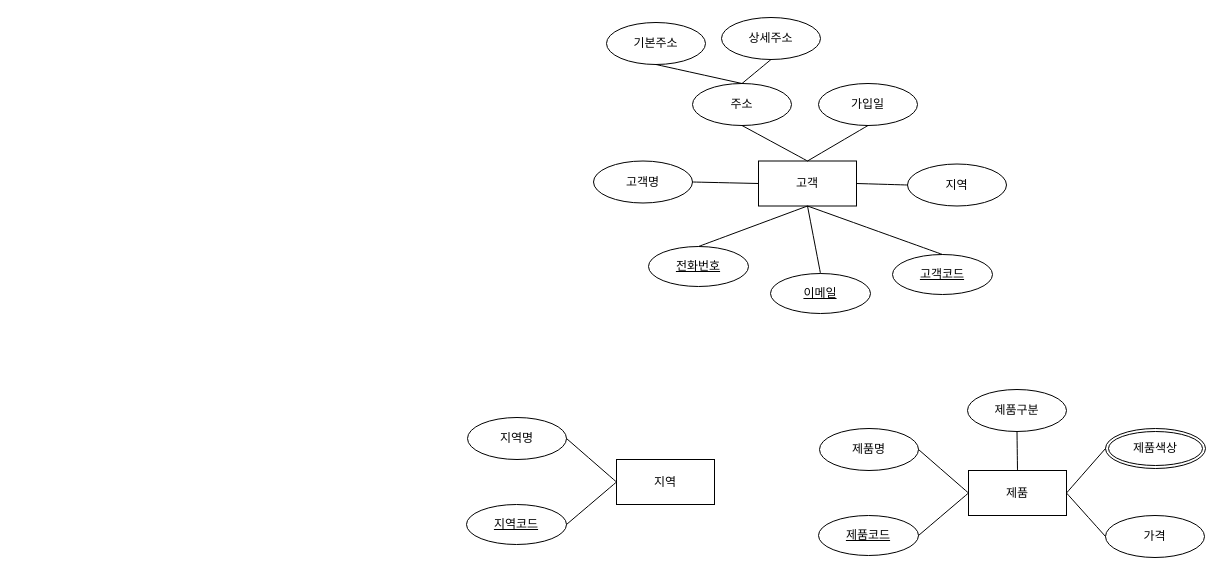
This is database-modeling/doc/database-modeling-practice.drawio from w0nnie/study_inflearn, a draw.io file, before an edit. Source tidied: cells renumbered, new cells numbered last; positions are measured from the earlier drawing's top-left corner, leaving out a move shared by most shapes. Both pictures are drawn from the tidied source at 100%, with x=0, y=0 at pixel (466, 17).
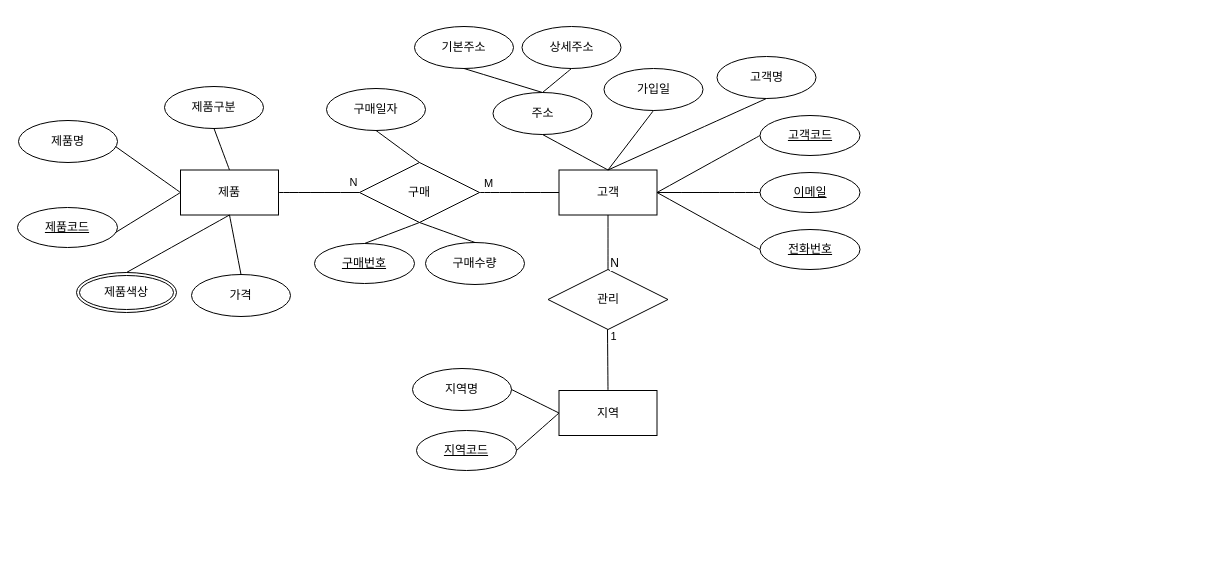
The same page after the edit.

Commit message:
Docs [database-modeling-practice.drawio] 관계정의서 토대로 관계 추가

Change to the diagram source:
```diff
@@
     <mxCell id="2" value="고객" style="whiteSpace=wrap;html=1;align=center;" parent="1" vertex="1">
-      <mxGeometry x="292" y="143.5" width="98" height="45" as="geometry" />
+      <mxGeometry x="92.5" y="152.5" width="98" height="45" as="geometry" />
     </mxCell>
     <mxCell id="3" value="고객명" style="ellipse;whiteSpace=wrap;html=1;align=center;" parent="1" vertex="1">
-      <mxGeometry x="127" y="143.5" width="99" height="42" as="geometry" />
+      <mxGeometry x="250.5" y="39" width="99" height="42" as="geometry" />
     </mxCell>
-    <mxCell id="4" style="endArrow=none;html=1;rounded=0;fontSize=12;startSize=8;endSize=8;curved=1;exitX=1;exitY=0.5;exitDx=0;exitDy=0;entryX=0;entryY=0.5;entryDx=0;entryDy=0;" parent="1" edge="1" source="3" target="2">
+    <mxCell id="4" style="endArrow=none;html=1;rounded=0;fontSize=12;startSize=8;endSize=8;curved=1;exitX=0.5;exitY=1;exitDx=0;exitDy=0;entryX=0.5;entryY=0;entryDx=0;entryDy=0;" parent="1" edge="1" source="3" target="2">
       <mxGeometry relative="1" as="geometry" />
     </mxCell>
     <mxCell id="5" value="전화번호" style="ellipse;whiteSpace=wrap;html=1;align=center;fontStyle=4;" parent="1" vertex="1">
-      <mxGeometry x="182" y="229" width="100" height="40" as="geometry" />
+      <mxGeometry x="293.5" y="212" width="100" height="40" as="geometry" />
     </mxCell>
-    <mxCell id="6" style="endArrow=none;html=1;rounded=0;fontSize=12;startSize=8;endSize=8;curved=1;exitX=0.5;exitY=0;exitDx=0;exitDy=0;entryX=0.5;entryY=1;entryDx=0;entryDy=0;" parent="1" edge="1" source="5" target="2">
+    <mxCell id="6" style="endArrow=none;html=1;rounded=0;fontSize=12;startSize=8;endSize=8;curved=1;exitX=0;exitY=0.5;exitDx=0;exitDy=0;entryX=1;entryY=0.5;entryDx=0;entryDy=0;" parent="1" edge="1" source="5" target="2">
       <mxGeometry relative="1" as="geometry" />
     </mxCell>
     <mxCell id="7" value="이메일" style="ellipse;whiteSpace=wrap;html=1;align=center;fontStyle=4;" parent="1" vertex="1">
-      <mxGeometry x="304" y="256" width="100" height="40" as="geometry" />
+      <mxGeometry x="293.5" y="155" width="100" height="40" as="geometry" />
     </mxCell>
-    <mxCell id="8" style="endArrow=none;html=1;rounded=0;fontSize=12;startSize=8;endSize=8;curved=1;exitX=0.5;exitY=0;exitDx=0;exitDy=0;entryX=0.5;entryY=1;entryDx=0;entryDy=0;" parent="1" edge="1" source="7" target="2">
+    <mxCell id="8" style="endArrow=none;html=1;rounded=0;fontSize=12;startSize=8;endSize=8;curved=1;exitX=0;exitY=0.5;exitDx=0;exitDy=0;entryX=1;entryY=0.5;entryDx=0;entryDy=0;" parent="1" edge="1" source="7" target="2">
       <mxGeometry relative="1" as="geometry" />
     </mxCell>
     <mxCell id="9" value="고객코드" style="ellipse;whiteSpace=wrap;html=1;align=center;fontStyle=4;" parent="1" vertex="1">
-      <mxGeometry x="426" y="237" width="100" height="40" as="geometry" />
+      <mxGeometry x="293.5" y="98" width="100" height="40" as="geometry" />
     </mxCell>
-    <mxCell id="10" style="endArrow=none;html=1;rounded=0;fontSize=12;startSize=8;endSize=8;curved=1;exitX=0.5;exitY=0;exitDx=0;exitDy=0;entryX=0.5;entryY=1;entryDx=0;entryDy=0;" parent="1" edge="1" source="9" target="2">
+    <mxCell id="10" style="endArrow=none;html=1;rounded=0;fontSize=12;startSize=8;endSize=8;curved=1;entryX=1;entryY=0.5;entryDx=0;entryDy=0;exitX=0;exitY=0.5;exitDx=0;exitDy=0;" parent="1" edge="1" source="9" target="2">
       <mxGeometry relative="1" as="geometry" />
     </mxCell>
     <mxCell id="11" value="주소" style="ellipse;whiteSpace=wrap;html=1;align=center;" parent="1" vertex="1">
-      <mxGeometry x="226" y="66" width="99" height="42" as="geometry" />
+      <mxGeometry x="26.5" y="75" width="99" height="42" as="geometry" />
     </mxCell>
     <mxCell id="12" value="기본주소" style="ellipse;whiteSpace=wrap;html=1;align=center;" parent="1" vertex="1">
-      <mxGeometry x="140" y="5" width="99" height="42" as="geometry" />
+      <mxGeometry x="-52" y="9" width="99" height="42" as="geometry" />
     </mxCell>
     <mxCell id="13" value="상세주소" style="ellipse;whiteSpace=wrap;html=1;align=center;" parent="1" vertex="1">
-      <mxGeometry x="255" width="99" height="42" as="geometry" />
+      <mxGeometry x="55.5" y="9" width="99" height="42" as="geometry" />
     </mxCell>
@@
     <mxCell id="17" value="가입일" style="ellipse;whiteSpace=wrap;html=1;align=center;" parent="1" vertex="1">
-      <mxGeometry x="352" y="66" width="99" height="42" as="geometry" />
+      <mxGeometry x="137.5" y="51" width="99" height="42" as="geometry" />
     </mxCell>
@@
-    <mxCell id="19" value="지역" style="ellipse;whiteSpace=wrap;html=1;align=center;" parent="1" vertex="1">
-      <mxGeometry x="441" y="146.5" width="99" height="42" as="geometry" />
-    </mxCell>
-    <mxCell id="20" style="endArrow=none;html=1;rounded=0;fontSize=12;startSize=8;endSize=8;curved=1;exitX=0;exitY=0.5;exitDx=0;exitDy=0;entryX=1;entryY=0.5;entryDx=0;entryDy=0;" parent="1" edge="1" source="19" target="2">
-      <mxGeometry relative="1" as="geometry" />
-    </mxCell>
     <mxCell id="21" value="지역" style="whiteSpace=wrap;html=1;align=center;" parent="1" vertex="1">
-      <mxGeometry x="150" y="442" width="98" height="45" as="geometry" />
+      <mxGeometry x="92.5" y="373" width="98" height="45" as="geometry" />
     </mxCell>
     <mxCell id="22" value="지역코드" style="ellipse;whiteSpace=wrap;html=1;align=center;fontStyle=4;" parent="1" vertex="1">
-      <mxGeometry y="487" width="100" height="40" as="geometry" />
+      <mxGeometry x="-50" y="413" width="100" height="40" as="geometry" />
     </mxCell>
     <mxCell id="23" value="지역명" style="ellipse;whiteSpace=wrap;html=1;align=center;" parent="1" vertex="1">
-      <mxGeometry x="1" y="400" width="99" height="42" as="geometry" />
+      <mxGeometry x="-54" y="351" width="99" height="42" as="geometry" />
     </mxCell>
@@
     <mxCell id="26" value="제품" style="whiteSpace=wrap;html=1;align=center;" parent="1" vertex="1">
-      <mxGeometry x="502" y="453" width="98" height="45" as="geometry" />
+      <mxGeometry x="-286" y="152.5" width="98" height="45" as="geometry" />
     </mxCell>
     <mxCell id="27" value="제품코드" style="ellipse;whiteSpace=wrap;html=1;align=center;fontStyle=4;" parent="1" vertex="1">
-      <mxGeometry x="352" y="498" width="100" height="40" as="geometry" />
+      <mxGeometry x="-449" y="190" width="100" height="40" as="geometry" />
     </mxCell>
     <mxCell id="28" value="제품명" style="ellipse;whiteSpace=wrap;html=1;align=center;" parent="1" vertex="1">
-      <mxGeometry x="353" y="411" width="99" height="42" as="geometry" />
+      <mxGeometry x="-448" y="103" width="99" height="42" as="geometry" />
     </mxCell>
-    <mxCell id="29" style="endArrow=none;html=1;rounded=0;fontSize=12;startSize=8;endSize=8;curved=1;exitX=0;exitY=0.5;exitDx=0;exitDy=0;entryX=1;entryY=0.5;entryDx=0;entryDy=0;" parent="1" edge="1" source="26" target="28">
-      <mxGeometry relative="1" as="geometry" />
+    <mxCell id="29" style="endArrow=none;html=1;rounded=0;fontSize=12;startSize=8;endSize=8;curved=1;exitX=0;exitY=0.5;exitDx=0;exitDy=0;entryX=1;entryY=0.5;entryDx=0;entryDy=0;" parent="1" edge="1" source="26">
+      <mxGeometry relative="1" as="geometry">
+        <mxPoint x="-351" y="129" as="targetPoint" />
+      </mxGeometry>
     </mxCell>
-    <mxCell id="30" style="endArrow=none;html=1;rounded=0;fontSize=12;startSize=8;endSize=8;curved=1;exitX=0;exitY=0.5;exitDx=0;exitDy=0;entryX=1;entryY=0.5;entryDx=0;entryDy=0;" parent="1" edge="1" source="26" target="27">
-      <mxGeometry relative="1" as="geometry" />
+    <mxCell id="30" style="endArrow=none;html=1;rounded=0;fontSize=12;startSize=8;endSize=8;curved=1;exitX=0;exitY=0.5;exitDx=0;exitDy=0;entryX=1;entryY=0.5;entryDx=0;entryDy=0;" parent="1" edge="1" source="26">
+      <mxGeometry relative="1" as="geometry">
+        <mxPoint x="-351" y="215" as="targetPoint" />
+      </mxGeometry>
     </mxCell>
     <mxCell id="31" value="제품색상" style="ellipse;shape=doubleEllipse;margin=3;whiteSpace=wrap;html=1;align=center;" parent="1" vertex="1">
-      <mxGeometry x="639" y="411" width="100" height="40" as="geometry" />
+      <mxGeometry x="-390" y="255" width="100" height="40" as="geometry" />
     </mxCell>
     <mxCell id="32" value="제품구분" style="ellipse;whiteSpace=wrap;html=1;align=center;" parent="1" vertex="1">
-      <mxGeometry x="501" y="372" width="99" height="42" as="geometry" />
+      <mxGeometry x="-302" y="69" width="99" height="42" as="geometry" />
     </mxCell>
     <mxCell id="33" value="가격" style="ellipse;whiteSpace=wrap;html=1;align=center;" parent="1" vertex="1">
-      <mxGeometry x="639" y="498" width="99" height="42" as="geometry" />
+      <mxGeometry x="-275" y="257" width="99" height="42" as="geometry" />
     </mxCell>
@@
-    <mxCell id="35" style="endArrow=none;html=1;rounded=0;fontSize=12;startSize=8;endSize=8;curved=1;exitX=1;exitY=0.5;exitDx=0;exitDy=0;entryX=0;entryY=0.5;entryDx=0;entryDy=0;" parent="1" edge="1" source="26" target="31">
+    <mxCell id="35" style="endArrow=none;html=1;rounded=0;fontSize=12;startSize=8;endSize=8;curved=1;exitX=0.5;exitY=1;exitDx=0;exitDy=0;entryX=0.5;entryY=0;entryDx=0;entryDy=0;" parent="1" edge="1" source="26" target="31">
       <mxGeometry relative="1" as="geometry" />
     </mxCell>
-    <mxCell id="36" style="endArrow=none;html=1;rounded=0;fontSize=12;startSize=8;endSize=8;curved=1;exitX=1;exitY=0.5;exitDx=0;exitDy=0;entryX=0;entryY=0.5;entryDx=0;entryDy=0;" parent="1" edge="1" source="26" target="33">
+    <mxCell id="36" style="endArrow=none;html=1;rounded=0;fontSize=12;startSize=8;endSize=8;curved=1;exitX=0.5;exitY=1;exitDx=0;exitDy=0;entryX=0.5;entryY=0;entryDx=0;entryDy=0;" parent="1" edge="1" source="26" target="33">
       <mxGeometry relative="1" as="geometry" />
     </mxCell>
+    <mxCell id="37" value="관리" style="shape=rhombus;perimeter=rhombusPerimeter;whiteSpace=wrap;html=1;align=center;" parent="1" vertex="1">
+      <mxGeometry x="81.5" y="252" width="120" height="60" as="geometry" />
+    </mxCell>
+    <mxCell id="38" value="N" style="endArrow=none;html=1;rounded=0;fontSize=12;startSize=8;endSize=8;curved=1;exitX=0.5;exitY=0;exitDx=0;exitDy=0;entryX=0.5;entryY=1;entryDx=0;entryDy=0;" parent="1" edge="1" source="37" target="2">
+      <mxGeometry x="-0.78" y="-6" relative="1" as="geometry" />
+    </mxCell>
+    <mxCell id="39" style="endArrow=none;html=1;rounded=0;fontSize=12;startSize=8;endSize=8;curved=1;exitX=0.5;exitY=0;exitDx=0;exitDy=0;entryX=0.5;entryY=1;entryDx=0;entryDy=0;" parent="1" edge="1" source="21">
+      <mxGeometry relative="1" as="geometry">
+        <mxPoint x="141" y="312" as="targetPoint" />
+      </mxGeometry>
+    </mxCell>
+    <mxCell id="40" value="1" style="edgeLabel;html=1;align=center;verticalAlign=middle;" parent="39" vertex="1">
+      <mxGeometry x="0.18" y="-3" relative="1" as="geometry">
+        <mxPoint x="2" y="-18" as="offset" />
+      </mxGeometry>
+    </mxCell>
+    <mxCell id="41" value="구매" style="shape=rhombus;perimeter=rhombusPerimeter;whiteSpace=wrap;html=1;align=center;" parent="1" vertex="1">
+      <mxGeometry x="-107" y="145" width="120" height="60" as="geometry" />
+    </mxCell>
+    <mxCell id="42" style="endArrow=none;html=1;rounded=0;fontSize=12;startSize=8;endSize=8;curved=1;entryX=0;entryY=0.5;entryDx=0;entryDy=0;exitX=1;exitY=0.5;exitDx=0;exitDy=0;" parent="1" edge="1" source="26" target="41">
+      <mxGeometry relative="1" as="geometry" />
+    </mxCell>
+    <mxCell id="43" value="N" style="edgeLabel;html=1;align=center;verticalAlign=middle;" parent="42" vertex="1">
+      <mxGeometry x="0.17" y="2" relative="1" as="geometry">
+        <mxPoint x="27" y="-9" as="offset" />
+      </mxGeometry>
+    </mxCell>
+    <mxCell id="44" style="endArrow=none;html=1;rounded=0;fontSize=12;startSize=8;endSize=8;curved=1;exitX=1;exitY=0.5;exitDx=0;exitDy=0;entryX=0;entryY=0.5;entryDx=0;entryDy=0;" parent="1" edge="1" source="41" target="2">
+      <mxGeometry relative="1" as="geometry" />
+    </mxCell>
+    <mxCell id="45" value="M" style="edgeLabel;html=1;align=center;verticalAlign=middle;" parent="44" vertex="1">
+      <mxGeometry x="0.07" y="3" relative="1" as="geometry">
+        <mxPoint x="-35" y="-7" as="offset" />
+      </mxGeometry>
+    </mxCell>
+    <mxCell id="46" value="구매번호" style="ellipse;whiteSpace=wrap;html=1;align=center;fontStyle=4;" parent="1" vertex="1">
+      <mxGeometry x="-152" y="226" width="100" height="40" as="geometry" />
+    </mxCell>
+    <mxCell id="47" value="구매수량" style="ellipse;whiteSpace=wrap;html=1;align=center;" parent="1" vertex="1">
+      <mxGeometry x="-41" y="225" width="99" height="42" as="geometry" />
+    </mxCell>
+    <mxCell id="48" value="구매일자" style="ellipse;whiteSpace=wrap;html=1;align=center;" parent="1" vertex="1">
+      <mxGeometry x="-140" y="71" width="99" height="42" as="geometry" />
+    </mxCell>
+    <mxCell id="49" style="endArrow=none;html=1;rounded=0;fontSize=12;startSize=8;endSize=8;curved=1;exitX=0.5;exitY=1;exitDx=0;exitDy=0;entryX=0.5;entryY=0;entryDx=0;entryDy=0;" parent="1" edge="1" source="48" target="41">
+      <mxGeometry relative="1" as="geometry" />
+    </mxCell>
+    <mxCell id="50" style="endArrow=none;html=1;rounded=0;fontSize=12;startSize=8;endSize=8;curved=1;exitX=0.5;exitY=1;exitDx=0;exitDy=0;entryX=0.5;entryY=0;entryDx=0;entryDy=0;" parent="1" edge="1" source="41" target="46">
+      <mxGeometry relative="1" as="geometry" />
+    </mxCell>
+    <mxCell id="51" style="endArrow=none;html=1;rounded=0;fontSize=12;startSize=8;endSize=8;curved=1;exitX=0.5;exitY=0;exitDx=0;exitDy=0;entryX=0.5;entryY=1;entryDx=0;entryDy=0;" parent="1" edge="1" source="47" target="41">
+      <mxGeometry relative="1" as="geometry" />
+    </mxCell>
```
